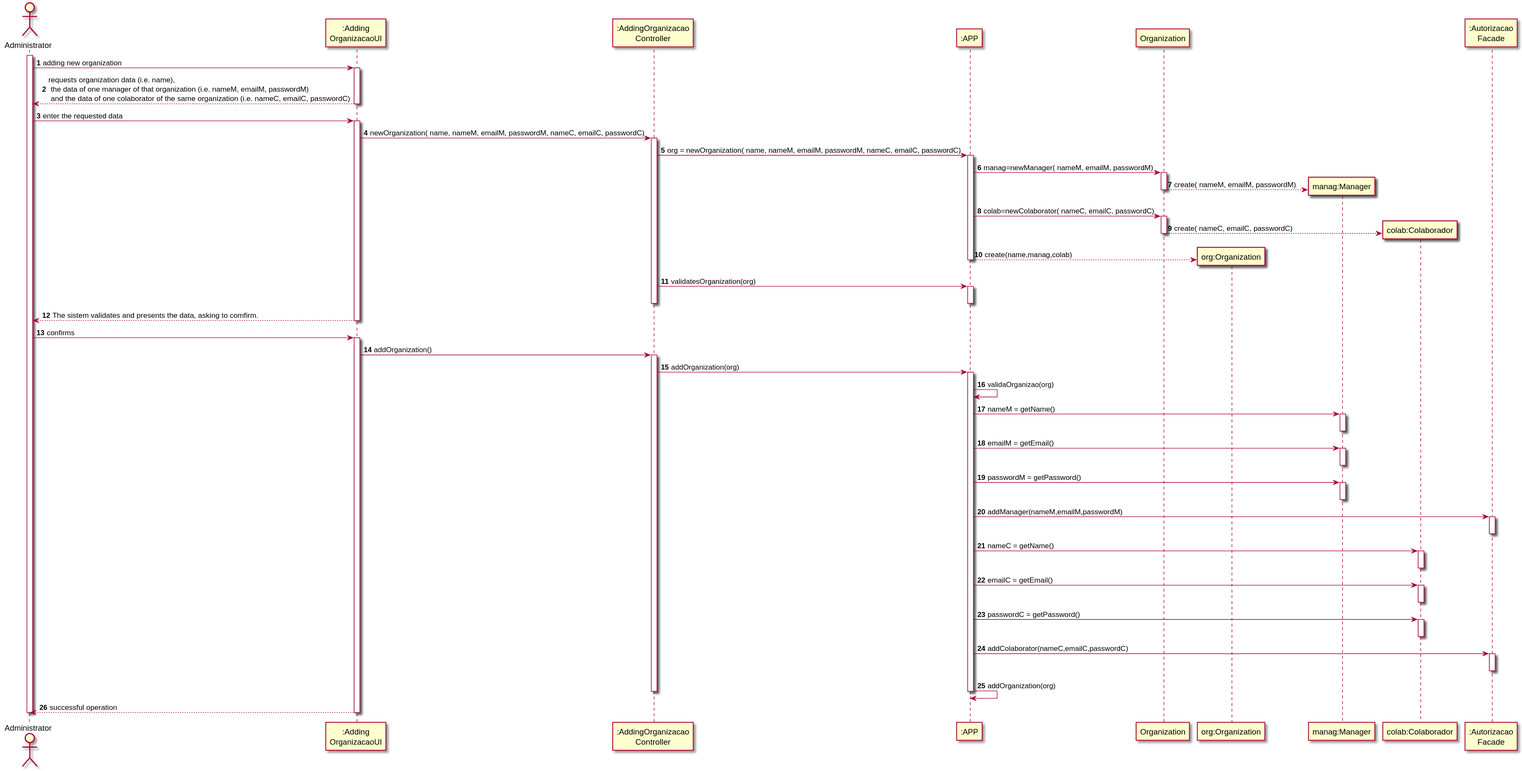
This is docs/UC_08/UC08_SD.svg from botelho-io/lapr2-2020-g029, a PlantUML export, as it was before one commit. Source of this version:
```plantuml
@startuml
autonumber

actor Administrator as A
participant ":Adding\nOrganizacaoUI" as UI
participant ":AddingOrganizacao\nController" as CTRL
participant ":APP" as APP
participant "Organization" as _ORG
participant "org:Organization" as ORG
participant "manag:Manager" as MAN
participant "colab:Colaborador" as COLAB
participant ":Autorizacao\nFacade" as AUT


activate A
A -> UI : adding new organization
activate UI
UI --> A : requests organization data (i.e. name),\n the data of one manager of that organization (i.e. nameM, emailM, passwordM)\n and  the data of one colaborator of the same organization  (i.e. nameC, emailC, passwordC)
deactivate UI

A -> UI : enter the requested data
activate UI

UI -> CTRL : newOrganization( name, nameM, emailM, passwordM, nameC, emailC, passwordC)
activate CTRL

CTRL -> APP: org = newOrganization( name, nameM, emailM, passwordM, nameC, emailC, passwordC)
activate APP

APP -> _ORG: manag=newManager( nameM, emailM, passwordM)
activate _ORG
_ORG --> MAN ** : create( nameM, emailM, passwordM)
deactivate _ORG

APP -> _ORG: colab=newColaborator( nameC, emailC, passwordC)
activate _ORG
_ORG --> COLAB ** : create( nameC, emailC, passwordC)
deactivate _ORG

APP --> ORG ** : create(name,manag,colab)
deactivate APP

CTRL -> APP : validatesOrganization(org)
activate APP
deactivate APP

deactivate CTRL
UI --> A : The sistem validates and presents the data, asking to comfirm.
deactivate UI

A -> UI : confirms
activate UI

UI -> CTRL: addOrganization()
activate CTRL
CTRL -> APP: addOrganization(org)
activate APP

APP -> APP: validaOrganizao(org)
APP -> MAN: nameM = getName()
activate MAN
deactivate MAN
APP -> MAN: emailM = getEmail()
activate MAN
deactivate MAN
APP -> MAN: passwordM = getPassword()
activate MAN
deactivate MAN
APP -> AUT: addManager(nameM,emailM,passwordM)
activate AUT
deactivate AUT

APP -> COLAB: nameC = getName()
activate COLAB
deactivate COLAB
APP -> COLAB: emailC = getEmail()
activate COLAB
deactivate COLAB
APP -> COLAB: passwordC = getPassword()
activate COLAB
deactivate COLAB
APP -> AUT: addColaborator(nameC,emailC,passwordC)
activate AUT
deactivate AUT

APP -> APP: addOrganization(org)


deactivate APP
deactivate CTRL
UI --> A : successful operation
deactivate UI

deactivate A
@enduml
```
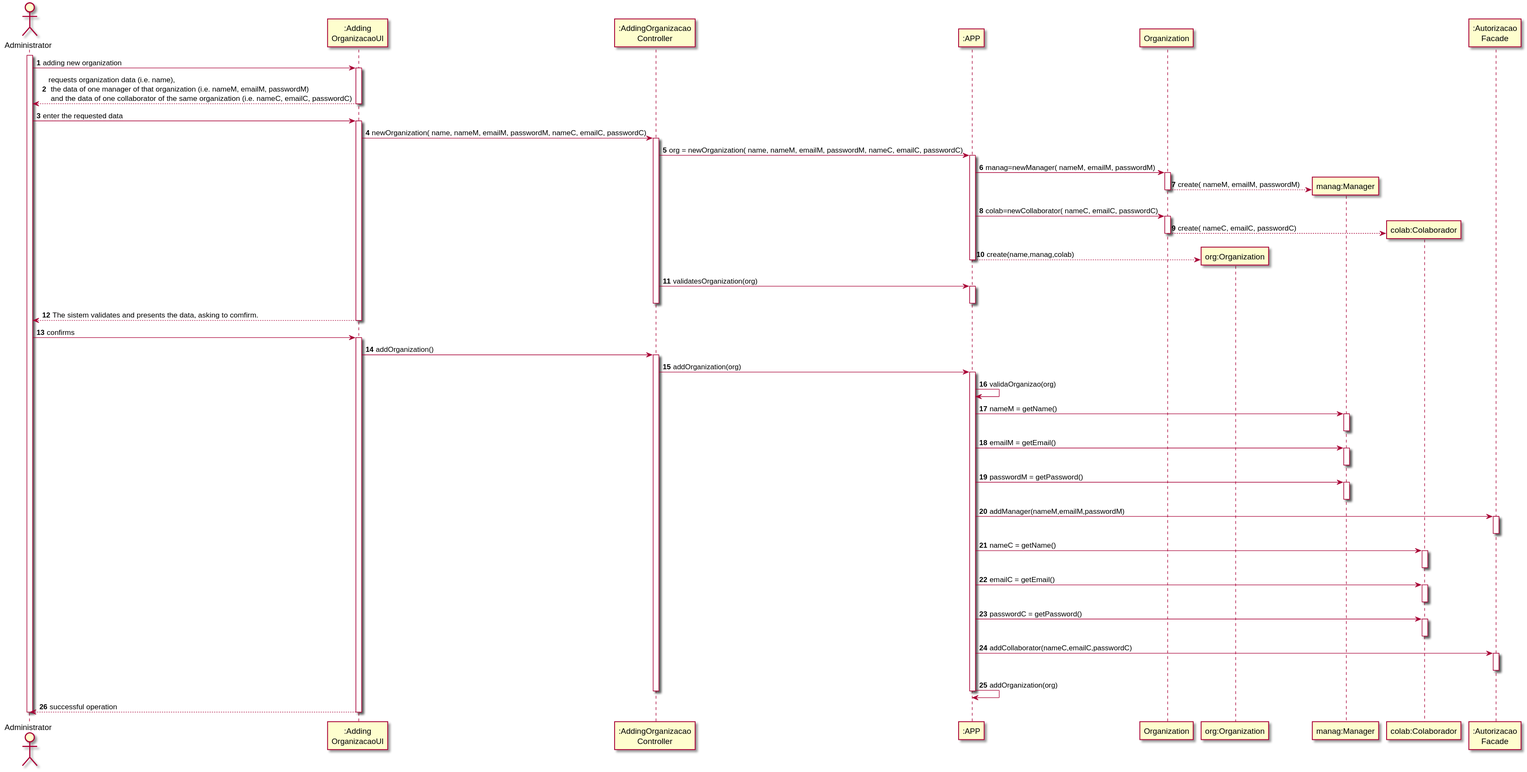
Above is the later version.

Diff of the diagram source:
```diff
@@ -15,7 +15,7 @@
 activate A
 A -> UI : adding new organization
 activate UI
-UI --> A : requests organization data (i.e. name),\n the data of one manager of that organization (i.e. nameM, emailM, passwordM)\n and  the data of one colaborator of the same organization  (i.e. nameC, emailC, passwordC)
+UI --> A : requests organization data (i.e. name),\n the data of one manager of that organization (i.e. nameM, emailM, passwordM)\n and  the data of one collaborator of the same organization  (i.e. nameC, emailC, passwordC)
 deactivate UI
 
 A -> UI : enter the requested data
@@ -32,7 +32,7 @@
 _ORG --> MAN ** : create( nameM, emailM, passwordM)
 deactivate _ORG
 
-APP -> _ORG: colab=newColaborator( nameC, emailC, passwordC)
+APP -> _ORG: colab=newCollaborator( nameC, emailC, passwordC)
 activate _ORG
 _ORG --> COLAB ** : create( nameC, emailC, passwordC)
 deactivate _ORG
@@ -79,7 +79,7 @@
 APP -> COLAB: passwordC = getPassword()
 activate COLAB
 deactivate COLAB
-APP -> AUT: addColaborator(nameC,emailC,passwordC)
+APP -> AUT: addCollaborator(nameC,emailC,passwordC)
 activate AUT
 deactivate AUT
 
```
